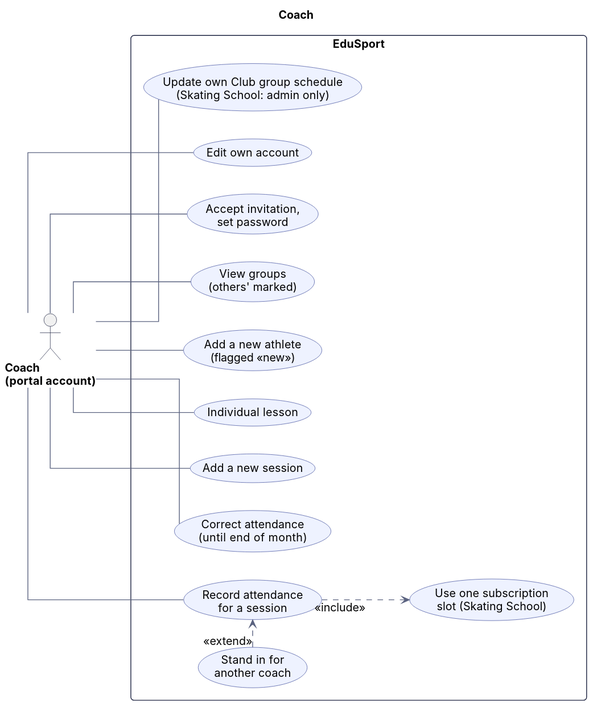
codrin-postu/edusport_backend keeps this PlantUML diagram as docs/architecture/diagrams/02c-use-cases-coach.svg. Above is the earlier version. Its diagram source:
```plantuml
@startuml
!include _style.iuml
left to right direction
title Coach
actor "Coach\n(portal account)" as T
rectangle "EduSport" {
  usecase "Record attendance\nfor a session" as Att
  usecase "Use one subscription\nslot (Skating School)" as Box
  usecase "Correct attendance\n(until end of month)" as Fix
  usecase "Add a new session" as NewS
  usecase "Stand in for\nanother coach" as Sub
  usecase "Individual lesson" as Ind
  usecase "Add a new athlete\n(flagged «new»)" as NewA
  usecase "View groups\n(others' marked)" as See
  usecase "Accept invitation,\nset password" as Inv
  usecase "Edit own account" as Acc
  usecase "Update own Club group schedule\n(Skating School: admin only)" as Sch
}
T -- See
T -- Att
T -- Fix
T -- NewS
T -- Ind
T -- NewA
T -- Inv
T -- Acc
T -- Sch
Att ..> Box : <<include>>
Sub .> Att : <<extend>>
@enduml
```
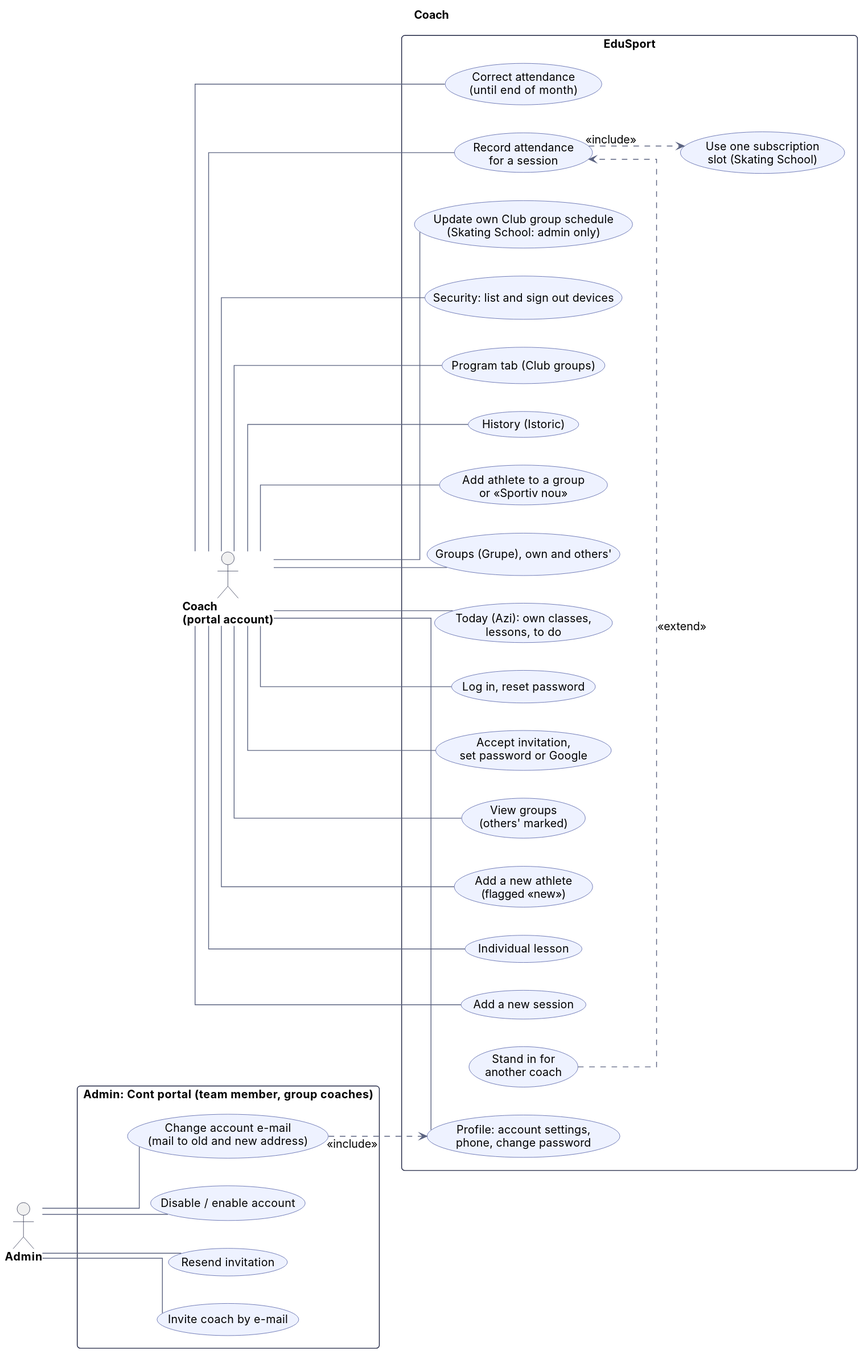
Later version of the same file.

Commit message:
docs(architecture): phase 6 accounts, coach use cases, login and refresh sequence

What changed in the source:
```diff
@@ -12,10 +12,29 @@
   usecase "Individual lesson" as Ind
   usecase "Add a new athlete\n(flagged «new»)" as NewA
   usecase "View groups\n(others' marked)" as See
-  usecase "Accept invitation,\nset password" as Inv
-  usecase "Edit own account" as Acc
+  usecase "Accept invitation,\nset password or Google" as Inv
+  usecase "Log in, reset password" as Login
+  usecase "Today (Azi): own classes,\nlessons, to do" as Azi
+  usecase "Groups (Grupe), own and others'" as Grp
+  usecase "Add athlete to a group\nor «Sportiv nou»" as AddA
+  usecase "History (Istoric)" as Ist
+  usecase "Program tab (Club groups)" as Prog
+  usecase "Profile: account settings,\nphone, change password" as Acc
+  usecase "Security: list and sign out devices" as Sec
   usecase "Update own Club group schedule\n(Skating School: admin only)" as Sch
 }
+actor "Admin" as A
+rectangle "Admin: Cont portal (team member, group coaches)" {
+  usecase "Invite coach by e-mail" as AInv
+  usecase "Resend invitation" as ARes
+  usecase "Disable / enable account" as ADis
+  usecase "Change account e-mail\n(mail to old and new address)" as AMail
+}
+A -- AInv
+A -- ARes
+A -- ADis
+A -- AMail
+AMail ..> Acc : <<include>>
 T -- See
 T -- Att
 T -- Fix
@@ -23,7 +42,14 @@
 T -- Ind
 T -- NewA
 T -- Inv
+T -- Login
+T -- Azi
+T -- Grp
+T -- AddA
+T -- Ist
+T -- Prog
 T -- Acc
+T -- Sec
 T -- Sch
 Att ..> Box : <<include>>
 Sub .> Att : <<extend>>
```
